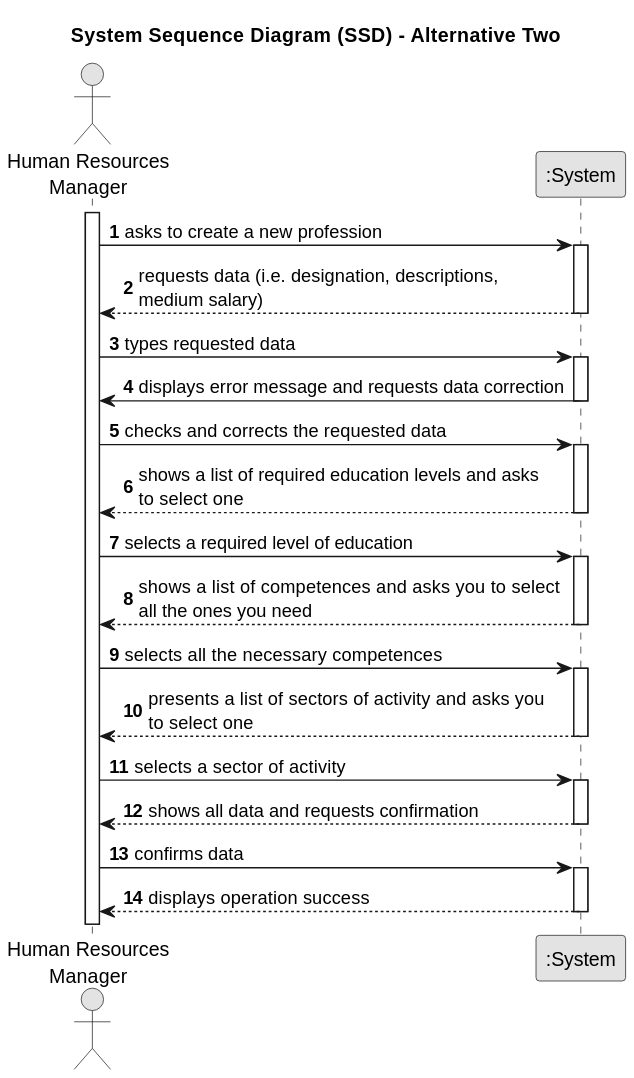
This is docs/sprintA/us002/01.requirements-engineering/svg/us002-system-sequence-diagram-alternative-two.svg from diogoveirospro/lei-24-s2-1dg-g072, a PlantUML export, as it was before one commit.
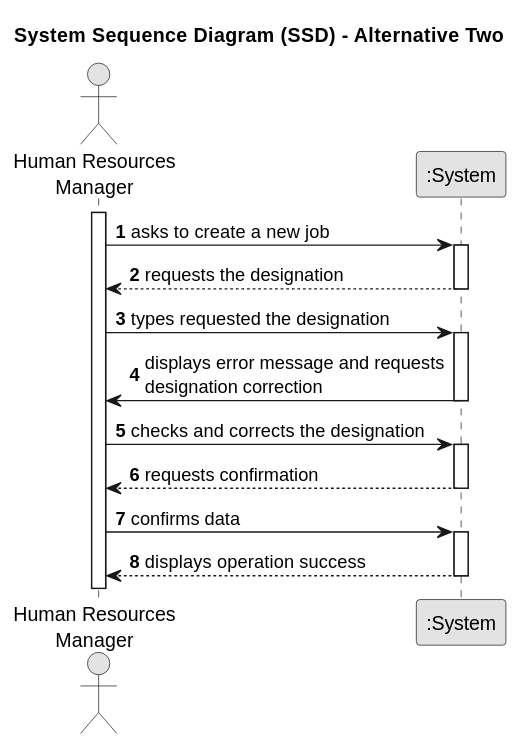
After the commit.

What changed in the source:
```diff
@@ -12,40 +12,22 @@
 
 activate GRH
 
-    GRH -> System : asks to create a new profession
+    GRH -> System : asks to create a new job
         activate System
 
-            System --> GRH : requests data (i.e. designation, descriptions,\nmedium salary)
+            System --> GRH : requests the designation
         deactivate System
 
-        GRH -> System : types requested data
+        GRH -> System : types requested the designation
         activate System
 
-            System -> GRH : displays error message and requests data correction
+            System -> GRH : displays error message and requests\ndesignation correction
         deactivate System
 
-        GRH -> System : checks and corrects the requested data
+        GRH -> System : checks and corrects the designation
         activate System
 
-            System --> GRH : shows a list of required education levels and asks\nto select one
-        deactivate System
-
-        GRH -> System : selects a required level of education
-        activate System
-
-            System --> GRH : shows a list of competences and asks you to select\nall the ones you need
-        deactivate System
-
-        GRH -> System : selects all the necessary competences
-        activate System
-
-            System --> GRH : presents a list of sectors of activity and asks you\nto select one
-        deactivate System
-
-        GRH -> System : selects a sector of activity
-        activate System
-
-            System --> GRH : shows all data and requests confirmation
+            System --> GRH : requests confirmation
         deactivate System
 
         GRH -> System : confirms data
```
